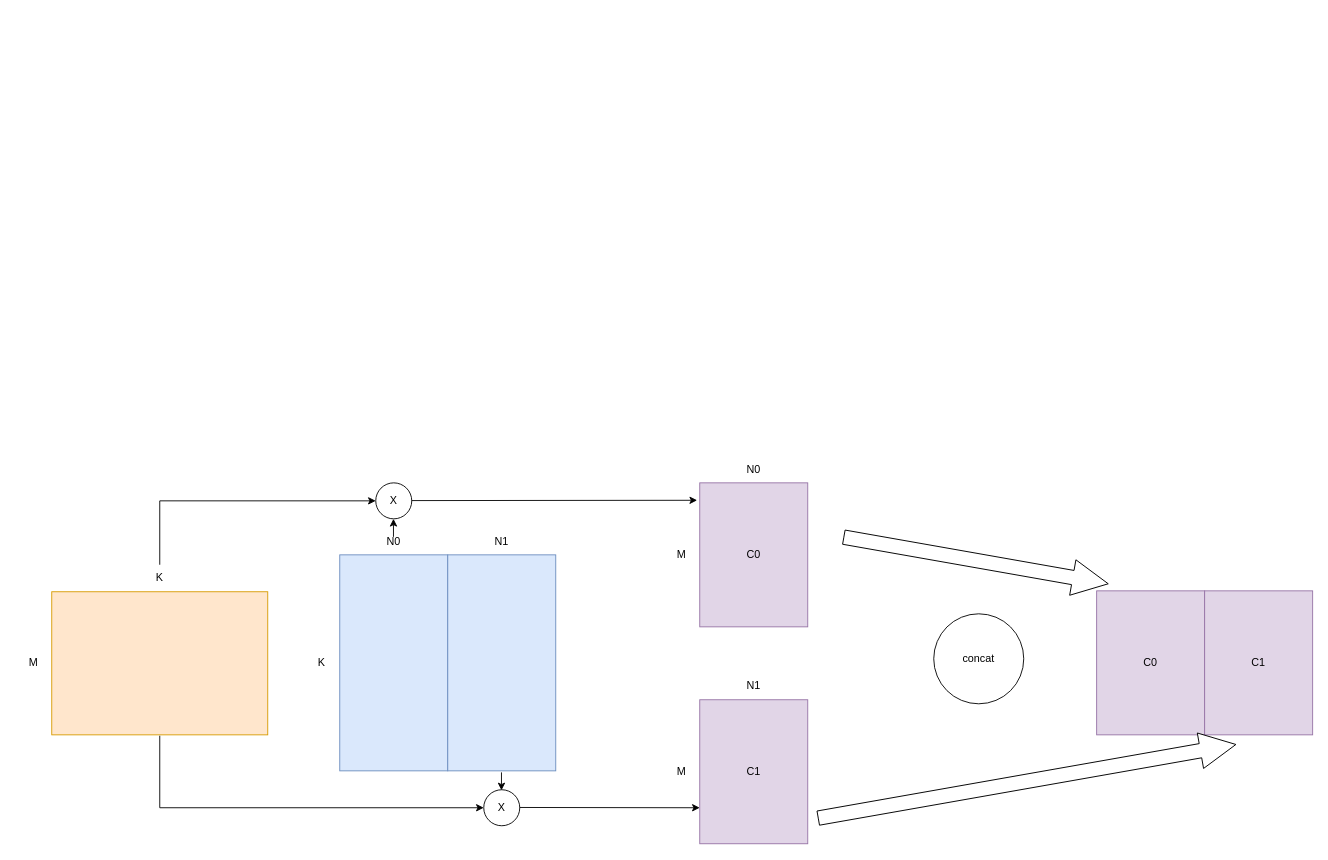
Above: page "allgather_horizon" (6 of 7) of FC.drawio in alanzhai219/dive_into_framework (draw.io), before the change. Source tidied: cells renumbered, new cells numbered last; positions are measured from the earlier drawing's top-left corner, leaving out a move shared by most shapes. Both pictures are drawn from the tidied source at 90%, with x=0, y=0 at pixel (15, 426).
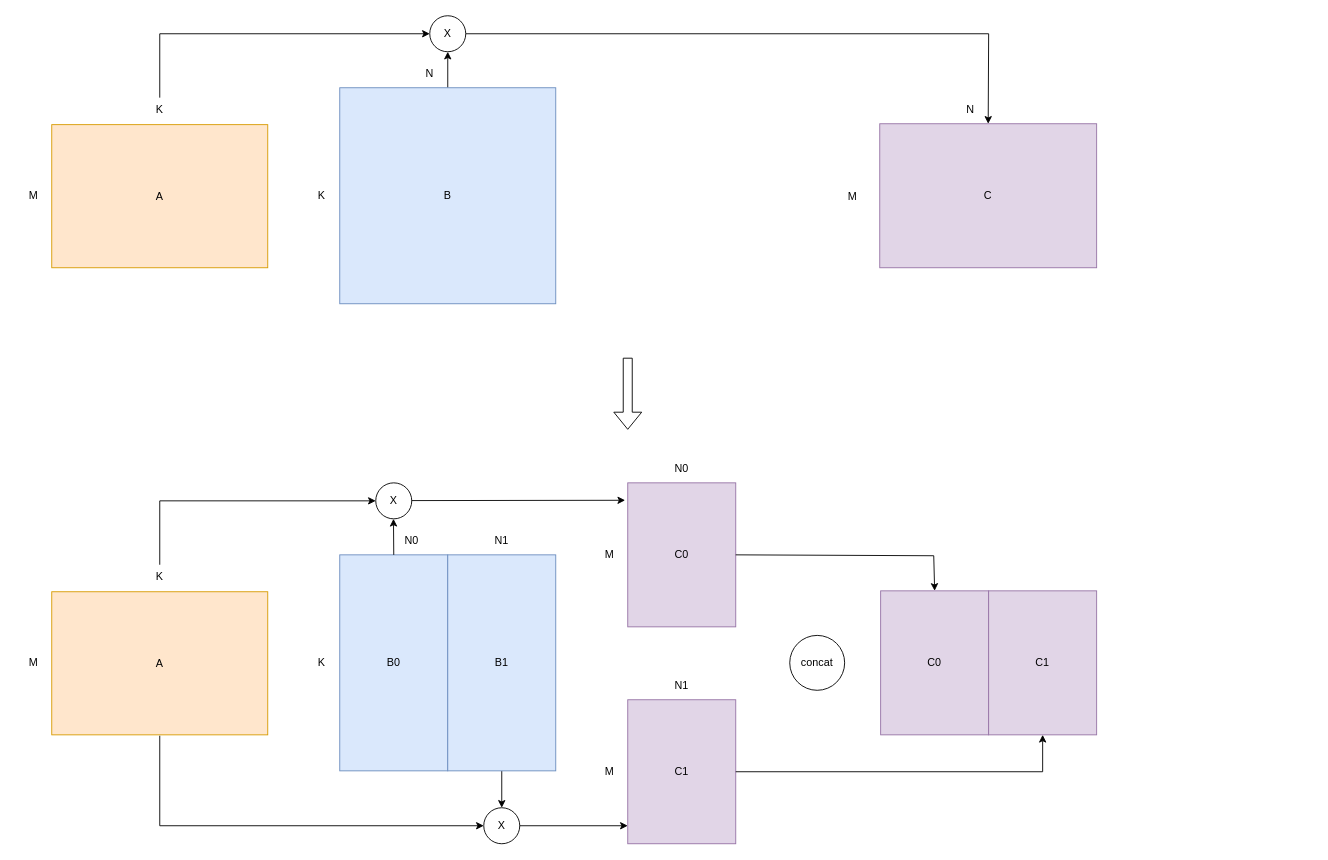
The same page after the edit.

Diff of the diagram source:
```diff
@@
-    <mxCell id="2" style="html=1;shadow=0;dashed=0;align=center;verticalAlign=middle;shape=mxgraph.arrows2.arrow;dy=0.6;dx=40;direction=north;notch=0;rotation=100;" parent="1" vertex="1">
-      <mxGeometry x="1047" y="0.1" width="40" height="298.3" as="geometry" />
-    </mxCell>
-    <mxCell id="3" style="rounded=0;whiteSpace=wrap;html=1;fillColor=#ffe6cc;strokeColor=#d79b00;" parent="1" vertex="1">
+    <mxCell id="3" value="A" style="rounded=0;whiteSpace=wrap;html=1;fillColor=#ffe6cc;strokeColor=#d79b00;" parent="1" vertex="1">
       <mxGeometry x="40" y="184" width="240" height="159" as="geometry" />
     </mxCell>
-    <mxCell id="4" style="rounded=0;whiteSpace=wrap;html=1;fillColor=#dae8fc;strokeColor=#6c8ebf;" parent="1" vertex="1">
+    <mxCell id="4" value="B0" style="rounded=0;whiteSpace=wrap;html=1;fillColor=#dae8fc;strokeColor=#6c8ebf;" parent="1" vertex="1">
       <mxGeometry x="360" y="143" width="120" height="240" as="geometry" />
     </mxCell>
     <mxCell id="5" value="C0" style="rounded=0;whiteSpace=wrap;html=1;fillColor=#e1d5e7;strokeColor=#9673a6;" parent="1" vertex="1">
-      <mxGeometry x="760" y="63" width="120" height="160" as="geometry" />
+      <mxGeometry x="680" y="63" width="120" height="160" as="geometry" />
     </mxCell>
@@
     <mxCell id="9" value="M" style="text;html=1;strokeColor=none;fillColor=none;align=center;verticalAlign=middle;whiteSpace=wrap;rounded=0;" parent="1" vertex="1">
-      <mxGeometry x="720" y="128" width="40" height="30" as="geometry" />
+      <mxGeometry x="640" y="128" width="40" height="30" as="geometry" />
     </mxCell>
     <mxCell id="10" value="N0" style="text;html=1;strokeColor=none;fillColor=none;align=center;verticalAlign=middle;whiteSpace=wrap;rounded=0;" parent="1" vertex="1">
-      <mxGeometry x="800" y="33" width="40" height="30" as="geometry" />
+      <mxGeometry x="720" y="33" width="40" height="30" as="geometry" />
     </mxCell>
+    <mxCell id="29" style="edgeStyle=orthogonalEdgeStyle;rounded=0;jettySize=auto;html=1;" parent="1" edge="1" source="11" target="26">
+      <mxGeometry relative="1" as="geometry" />
+    </mxCell>
-    <mxCell id="11" style="rounded=0;whiteSpace=wrap;html=1;fillColor=#dae8fc;strokeColor=#6c8ebf;" parent="1" vertex="1">
+    <mxCell id="11" value="B1" style="rounded=0;whiteSpace=wrap;html=1;fillColor=#dae8fc;strokeColor=#6c8ebf;" parent="1" vertex="1">
       <mxGeometry x="480" y="143" width="120" height="240" as="geometry" />
     </mxCell>
-    <mxCell id="12" value="N0" style="text;html=1;strokeColor=none;fillColor=none;align=center;verticalAlign=middle;whiteSpace=wrap;rounded=0;" parent="1" vertex="1">
-      <mxGeometry x="400" y="113" width="40" height="30" as="geometry" />
-    </mxCell>
@@
     <mxCell id="14" value="C1" style="rounded=0;whiteSpace=wrap;html=1;fillColor=#e1d5e7;strokeColor=#9673a6;" parent="1" vertex="1">
-      <mxGeometry x="760" y="304" width="120" height="160" as="geometry" />
+      <mxGeometry x="680" y="304" width="120" height="160" as="geometry" />
     </mxCell>
     <mxCell id="15" value="M" style="text;html=1;strokeColor=none;fillColor=none;align=center;verticalAlign=middle;whiteSpace=wrap;rounded=0;" parent="1" vertex="1">
-      <mxGeometry x="720" y="369" width="40" height="30" as="geometry" />
+      <mxGeometry x="640" y="369" width="40" height="30" as="geometry" />
     </mxCell>
     <mxCell id="16" value="N1" style="text;html=1;strokeColor=none;fillColor=none;align=center;verticalAlign=middle;whiteSpace=wrap;rounded=0;" parent="1" vertex="1">
-      <mxGeometry x="800" y="274" width="40" height="30" as="geometry" />
+      <mxGeometry x="720" y="274" width="40" height="30" as="geometry" />
     </mxCell>
     <mxCell id="17" value="C0" style="rounded=0;whiteSpace=wrap;html=1;fillColor=#e1d5e7;strokeColor=#9673a6;" parent="1" vertex="1">
-      <mxGeometry x="1201" y="183" width="120" height="160" as="geometry" />
+      <mxGeometry x="961" y="183" width="120" height="160" as="geometry" />
     </mxCell>
     <mxCell id="18" value="C1" style="rounded=0;whiteSpace=wrap;html=1;fillColor=#e1d5e7;strokeColor=#9673a6;" parent="1" vertex="1">
-      <mxGeometry x="1321" y="183" width="120" height="160" as="geometry" />
+      <mxGeometry x="1081" y="183" width="120" height="160" as="geometry" />
     </mxCell>
-    <mxCell id="19" style="html=1;shadow=0;dashed=0;align=center;verticalAlign=middle;shape=mxgraph.arrows2.arrow;dy=0.6;dx=40;direction=north;notch=0;rotation=80;" parent="1" vertex="1">
-      <mxGeometry x="1103.7" y="159" width="40" height="471.2" as="geometry" />
-    </mxCell>
     <mxCell id="20" value="concat" style="ellipse;whiteSpace=wrap;html=1;" parent="1" vertex="1">
-      <mxGeometry x="1020" y="208.5" width="100" height="100" as="geometry" />
+      <mxGeometry x="860" y="232.5" width="61" height="61" as="geometry" />
     </mxCell>
@@
-    <mxCell id="24" style="endArrow=classic;html=1;rounded=0;" parent="1" edge="1">
+    <mxCell id="24" style="endArrow=classic;html=1;rounded=0;exitX=0.5;exitY=0;exitDx=0;exitDy=0;" parent="1" edge="1" source="4">
       <mxGeometry relative="1" as="geometry">
-        <mxPoint x="419.7" y="123" as="sourcePoint" />
         <mxPoint x="419.7" y="103" as="targetPoint" />
       </mxGeometry>
     </mxCell>
-    <mxCell id="25" style="endArrow=classic;html=1;rounded=0;exitX=0.5;exitY=1;exitDx=0;exitDy=0;" parent="1" edge="1">
+    <mxCell id="25" style="endArrow=classic;html=1;rounded=0;exitX=0.5;exitY=1;exitDx=0;exitDy=0;entryX=0;entryY=0.5;entryDx=0;entryDy=0;" parent="1" edge="1" target="26">
       <mxGeometry relative="1" as="geometry">
         <mxPoint x="160" y="344" as="sourcePoint" />
-        <mxPoint x="520" y="424" as="targetPoint" />
         <Array as="points">
-          <mxPoint x="160" y="424" />
+          <mxPoint x="160" y="444" />
         </Array>
       </mxGeometry>
     </mxCell>
     <mxCell id="26" value="X" style="ellipse;whiteSpace=wrap;html=1;" parent="1" vertex="1">
-      <mxGeometry x="520" y="404" width="40" height="40" as="geometry" />
+      <mxGeometry x="520" y="424" width="40" height="40" as="geometry" />
     </mxCell>
-    <mxCell id="27" style="endArrow=classic;html=1;rounded=0;entryX=0;entryY=0.75;entryDx=0;entryDy=0;exitX=1;exitY=0.5;exitDx=0;exitDy=0;" parent="1" edge="1" target="14">
+    <mxCell id="27" style="endArrow=classic;html=1;rounded=0;exitX=1;exitY=0.5;exitDx=0;exitDy=0;" parent="1" edge="1" source="26">
       <mxGeometry relative="1" as="geometry">
-        <mxPoint x="560" y="423.7" as="sourcePoint" />
+        <mxPoint x="680" y="444" as="targetPoint" />
       </mxGeometry>
     </mxCell>
-    <mxCell id="28" style="endArrow=classic;html=1;rounded=0;entryX=0.5;entryY=0;entryDx=0;entryDy=0;" parent="1" edge="1">
-      <mxGeometry relative="1" as="geometry">
-        <mxPoint x="539.7" y="384.7" as="sourcePoint" />
-        <mxPoint x="539.7" y="404.7" as="targetPoint" />
-      </mxGeometry>
-    </mxCell>
+    <mxCell id="30" style="endArrow=classic;html=1;rounded=0;entryX=0.5;entryY=1;entryDx=0;entryDy=0;exitX=1;exitY=0.5;exitDx=0;exitDy=0;" parent="1" edge="1" source="14" target="18">
+      <mxGeometry relative="1" as="geometry">
+        <Array as="points">
+          <mxPoint x="1141" y="384" />
+        </Array>
+      </mxGeometry>
+    </mxCell>
+    <mxCell id="31" style="endArrow=classic;html=1;rounded=0;entryX=0.5;entryY=0;entryDx=0;entryDy=0;exitX=1;exitY=0.5;exitDx=0;exitDy=0;" parent="1" edge="1" source="5" target="17">
+      <mxGeometry relative="1" as="geometry">
+        <Array as="points">
+          <mxPoint x="1020" y="144" />
+        </Array>
+      </mxGeometry>
+    </mxCell>
+    <mxCell id="32" value="A" style="rounded=0;whiteSpace=wrap;html=1;fillColor=#ffe6cc;strokeColor=#d79b00;" parent="1" vertex="1">
+      <mxGeometry x="40" y="-335" width="240" height="159" as="geometry" />
+    </mxCell>
+    <mxCell id="33" style="edgeStyle=orthogonalEdgeStyle;rounded=0;jettySize=auto;html=1;" parent="1" edge="1" source="34" target="43">
+      <mxGeometry relative="1" as="geometry" />
+    </mxCell>
+    <mxCell id="34" value="B" style="rounded=0;whiteSpace=wrap;html=1;fillColor=#dae8fc;strokeColor=#6c8ebf;" parent="1" vertex="1">
+      <mxGeometry x="360" y="-376" width="240" height="240" as="geometry" />
+    </mxCell>
+    <mxCell id="35" value="M" style="text;html=1;strokeColor=none;fillColor=none;align=center;verticalAlign=middle;whiteSpace=wrap;rounded=0;" parent="1" vertex="1">
+      <mxGeometry y="-271" width="40" height="30" as="geometry" />
+    </mxCell>
+    <mxCell id="36" value="K" style="text;html=1;strokeColor=none;fillColor=none;align=center;verticalAlign=middle;whiteSpace=wrap;rounded=0;" parent="1" vertex="1">
+      <mxGeometry x="140" y="-366" width="40" height="30" as="geometry" />
+    </mxCell>
+    <mxCell id="37" value="K" style="text;html=1;strokeColor=none;fillColor=none;align=center;verticalAlign=middle;whiteSpace=wrap;rounded=0;" parent="1" vertex="1">
+      <mxGeometry x="320" y="-271" width="40" height="30" as="geometry" />
+    </mxCell>
+    <mxCell id="38" value="M" style="text;html=1;strokeColor=none;fillColor=none;align=center;verticalAlign=middle;whiteSpace=wrap;rounded=0;" parent="1" vertex="1">
+      <mxGeometry x="910" y="-270.5" width="40" height="30" as="geometry" />
+    </mxCell>
+    <mxCell id="39" value="N" style="text;html=1;strokeColor=none;fillColor=none;align=center;verticalAlign=middle;whiteSpace=wrap;rounded=0;" parent="1" vertex="1">
+      <mxGeometry x="440" y="-406" width="40" height="30" as="geometry" />
+    </mxCell>
+    <mxCell id="40" value="C" style="rounded=0;whiteSpace=wrap;html=1;fillColor=#e1d5e7;strokeColor=#9673a6;" parent="1" vertex="1">
+      <mxGeometry x="960" y="-336" width="241" height="160" as="geometry" />
+    </mxCell>
+    <mxCell id="41" style="endArrow=classic;html=1;rounded=0;entryX=0;entryY=0.5;entryDx=0;entryDy=0;" parent="1" edge="1" target="43">
+      <mxGeometry relative="1" as="geometry">
+        <mxPoint x="160" y="-365" as="sourcePoint" />
+        <Array as="points">
+          <mxPoint x="160" y="-436" />
+        </Array>
+      </mxGeometry>
+    </mxCell>
+    <mxCell id="42" style="endArrow=classic;html=1;rounded=0;entryX=0.5;entryY=0;entryDx=0;entryDy=0;" parent="1" edge="1" source="43" target="40">
+      <mxGeometry relative="1" as="geometry">
+        <Array as="points">
+          <mxPoint x="1081" y="-436" />
+        </Array>
+      </mxGeometry>
+    </mxCell>
+    <mxCell id="43" value="X" style="ellipse;whiteSpace=wrap;html=1;" parent="1" vertex="1">
+      <mxGeometry x="460" y="-456" width="40" height="40" as="geometry" />
+    </mxCell>
+    <mxCell id="44" value="N" style="text;html=1;strokeColor=none;fillColor=none;align=center;verticalAlign=middle;whiteSpace=wrap;rounded=0;" parent="1" vertex="1">
+      <mxGeometry x="1041" y="-366" width="40" height="30" as="geometry" />
+    </mxCell>
+    <mxCell id="45" style="shape=flexArrow;endArrow=classic;html=1;rounded=0;" parent="1" edge="1">
+      <mxGeometry relative="1" as="geometry">
+        <mxPoint x="680" y="-76" as="sourcePoint" />
+        <mxPoint x="680" y="4" as="targetPoint" />
+      </mxGeometry>
+    </mxCell>
+    <mxCell id="12" value="N0" style="text;html=1;strokeColor=none;fillColor=none;align=center;verticalAlign=middle;whiteSpace=wrap;rounded=0;" parent="1" vertex="1">
+      <mxGeometry x="420" y="113" width="40" height="30" as="geometry" />
+    </mxCell>
```
